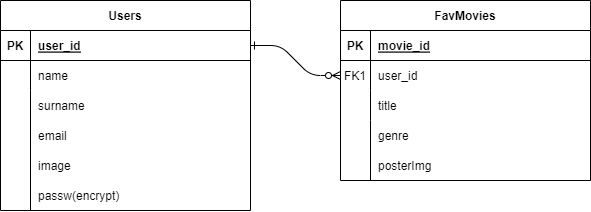
Above: Diagrama.drawio.png in CristinaMateo/Proyecto-backend (draw.io), before the change. Source tidied: cells renumbered, new cells last; positions are measured from the earlier drawing's top-left corner, leaving out a move shared by most shapes. Its diagram source:
```xml
<mxGraphModel>
  <root>
    <mxCell id="0" />
    <mxCell id="1" parent="0" />
    <mxCell id="2" style="edgeStyle=entityRelationEdgeStyle;endArrow=ERzeroToMany;startArrow=ERone;endFill=1;startFill=0;" parent="1" edge="1" source="14" target="7">
      <mxGeometry relative="1" as="geometry" />
    </mxCell>
    <mxCell id="3" value="FavMovies" style="shape=table;startSize=30;rowLines=0;fontStyle=1;align=center;" parent="1" vertex="1">
      <mxGeometry x="340" width="250" height="180" as="geometry" />
    </mxCell>
    <mxCell id="4" style="shape=partialRectangle;fillColor=none;top=0;left=0;right=0;bottom=1;" parent="3" vertex="1">
      <mxGeometry y="30" width="250" height="30" as="geometry" />
    </mxCell>
    <mxCell id="5" value="PK" style="shape=partialRectangle;overflow=hidden;fillColor=none;top=0;left=0;bottom=0;right=0;fontStyle=1;" parent="4" vertex="1">
      <mxGeometry width="30" height="30" as="geometry" />
    </mxCell>
    <mxCell id="6" value="movie_id" style="shape=partialRectangle;overflow=hidden;fillColor=none;top=0;left=0;bottom=0;right=0;align=left;spacingLeft=6;fontStyle=5;" parent="4" vertex="1">
      <mxGeometry x="30" width="220" height="30" as="geometry" />
    </mxCell>
    <mxCell id="7" style="shape=partialRectangle;fillColor=none;points=[[0,0.5],[1,0.5]];portConstraint=eastwest;top=0;left=0;right=0;bottom=0;" parent="3" vertex="1">
      <mxGeometry y="60" width="250" height="30" as="geometry" />
    </mxCell>
    <mxCell id="8" value="FK1" style="shape=partialRectangle;overflow=hidden;fillColor=none;top=0;left=0;bottom=0;right=0;" parent="7" vertex="1">
      <mxGeometry width="30" height="30" as="geometry" />
    </mxCell>
    <mxCell id="9" value="user_id" style="shape=partialRectangle;overflow=hidden;fillColor=none;top=0;left=0;bottom=0;right=0;align=left;spacingLeft=6;" parent="7" vertex="1">
      <mxGeometry x="30" width="220" height="30" as="geometry" />
    </mxCell>
    <mxCell id="10" style="shape=partialRectangle;fillColor=none;top=0;left=0;right=0;bottom=0;" parent="3" vertex="1">
      <mxGeometry y="90" width="250" height="30" as="geometry" />
    </mxCell>
    <mxCell id="11" style="shape=partialRectangle;overflow=hidden;fillColor=none;top=0;left=0;bottom=0;right=0;" parent="10" vertex="1">
      <mxGeometry width="30" height="30" as="geometry" />
    </mxCell>
    <mxCell id="12" value="title" style="shape=partialRectangle;overflow=hidden;fillColor=none;top=0;left=0;bottom=0;right=0;align=left;spacingLeft=6;" parent="10" vertex="1">
      <mxGeometry x="30" width="220" height="30" as="geometry" />
    </mxCell>
    <mxCell id="13" value="Users" style="shape=table;startSize=30;rowLines=0;fontStyle=1;align=center;" parent="1" vertex="1">
      <mxGeometry width="250" height="210" as="geometry" />
    </mxCell>
    <mxCell id="14" style="shape=partialRectangle;fillColor=none;points=[[0,0.5],[1,0.5]];portConstraint=eastwest;top=0;left=0;right=0;bottom=1;" parent="13" vertex="1">
      <mxGeometry y="30" width="250" height="30" as="geometry" />
    </mxCell>
    <mxCell id="15" value="PK" style="shape=partialRectangle;overflow=hidden;fillColor=none;top=0;left=0;bottom=0;right=0;fontStyle=1;" parent="14" vertex="1">
      <mxGeometry width="30" height="30" as="geometry" />
    </mxCell>
    <mxCell id="16" value="user_id" style="shape=partialRectangle;overflow=hidden;fillColor=none;top=0;left=0;bottom=0;right=0;align=left;spacingLeft=6;fontStyle=5;" parent="14" vertex="1">
      <mxGeometry x="30" width="220" height="30" as="geometry" />
    </mxCell>
    <mxCell id="17" style="shape=partialRectangle;fillColor=none;top=0;left=0;right=0;bottom=0;" parent="13" vertex="1">
      <mxGeometry y="60" width="250" height="30" as="geometry" />
    </mxCell>
    <mxCell id="18" style="shape=partialRectangle;overflow=hidden;fillColor=none;top=0;left=0;bottom=0;right=0;" parent="17" vertex="1">
      <mxGeometry width="30" height="30" as="geometry" />
    </mxCell>
    <mxCell id="19" value="name" style="shape=partialRectangle;overflow=hidden;fillColor=none;top=0;left=0;bottom=0;right=0;align=left;spacingLeft=6;" parent="17" vertex="1">
      <mxGeometry x="30" width="220" height="30" as="geometry" />
    </mxCell>
    <mxCell id="20" value="genre" style="shape=partialRectangle;overflow=hidden;fillColor=none;top=0;left=0;bottom=0;right=0;align=left;spacingLeft=6;" parent="1" vertex="1">
      <mxGeometry x="370" y="120" width="220" height="30" as="geometry" />
    </mxCell>
    <mxCell id="21" value="surname" style="shape=partialRectangle;overflow=hidden;fillColor=none;top=0;left=0;bottom=0;right=0;align=left;spacingLeft=6;" parent="1" vertex="1">
      <mxGeometry x="30" y="90" width="220" height="30" as="geometry" />
    </mxCell>
    <mxCell id="22" value="email" style="shape=partialRectangle;overflow=hidden;fillColor=none;top=0;left=0;bottom=0;right=0;align=left;spacingLeft=6;" parent="1" vertex="1">
      <mxGeometry x="30" y="120" width="220" height="30" as="geometry" />
    </mxCell>
    <mxCell id="23" value="image" style="shape=partialRectangle;overflow=hidden;fillColor=none;top=0;left=0;bottom=0;right=0;align=left;spacingLeft=6;" parent="1" vertex="1">
      <mxGeometry x="30" y="150" width="220" height="30" as="geometry" />
    </mxCell>
    <mxCell id="24" value="passw(encrypt)" style="shape=partialRectangle;overflow=hidden;fillColor=none;top=0;left=0;bottom=0;right=0;align=left;spacingLeft=6;" parent="1" vertex="1">
      <mxGeometry x="30" y="180" width="220" height="30" as="geometry" />
    </mxCell>
    <mxCell id="25" style="endArrow=none;html=1;rounded=0;" parent="1" edge="1">
      <mxGeometry relative="1" as="geometry">
        <mxPoint x="370" y="180" as="sourcePoint" />
        <mxPoint x="370" y="120" as="targetPoint" />
      </mxGeometry>
    </mxCell>
    <mxCell id="26" style="endArrow=none;html=1;rounded=0;" parent="1" edge="1">
      <mxGeometry relative="1" as="geometry">
        <mxPoint x="30" y="210" as="sourcePoint" />
        <mxPoint x="30" y="90" as="targetPoint" />
      </mxGeometry>
    </mxCell>
    <mxCell id="27" value="posterImg" style="shape=partialRectangle;overflow=hidden;fillColor=none;top=0;left=0;bottom=0;right=0;align=left;spacingLeft=6;" parent="1" vertex="1">
      <mxGeometry x="370" y="150" width="220" height="30" as="geometry" />
    </mxCell>
  </root>
</mxGraphModel>
```
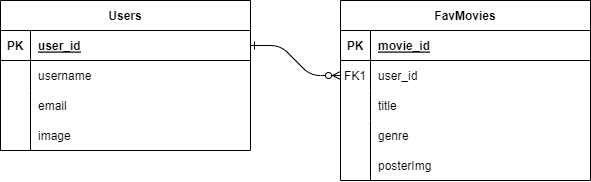
Above is the later version.

Diff of the diagram source:
```diff
@@ -36,7 +36,7 @@
       <mxGeometry x="30" width="220" height="30" as="geometry" />
     </mxCell>
     <mxCell id="13" value="Users" style="shape=table;startSize=30;rowLines=0;fontStyle=1;align=center;" parent="1" vertex="1">
-      <mxGeometry width="250" height="210" as="geometry" />
+      <mxGeometry width="250" height="150" as="geometry" />
     </mxCell>
     <mxCell id="14" style="shape=partialRectangle;fillColor=none;points=[[0,0.5],[1,0.5]];portConstraint=eastwest;top=0;left=0;right=0;bottom=1;" parent="13" vertex="1">
       <mxGeometry y="30" width="250" height="30" as="geometry" />
@@ -53,24 +53,18 @@
     <mxCell id="18" style="shape=partialRectangle;overflow=hidden;fillColor=none;top=0;left=0;bottom=0;right=0;" parent="17" vertex="1">
       <mxGeometry width="30" height="30" as="geometry" />
     </mxCell>
-    <mxCell id="19" value="name" style="shape=partialRectangle;overflow=hidden;fillColor=none;top=0;left=0;bottom=0;right=0;align=left;spacingLeft=6;" parent="17" vertex="1">
+    <mxCell id="19" value="username" style="shape=partialRectangle;overflow=hidden;fillColor=none;top=0;left=0;bottom=0;right=0;align=left;spacingLeft=6;" parent="17" vertex="1">
       <mxGeometry x="30" width="220" height="30" as="geometry" />
     </mxCell>
     <mxCell id="20" value="genre" style="shape=partialRectangle;overflow=hidden;fillColor=none;top=0;left=0;bottom=0;right=0;align=left;spacingLeft=6;" parent="1" vertex="1">
       <mxGeometry x="370" y="120" width="220" height="30" as="geometry" />
     </mxCell>
-    <mxCell id="21" value="surname" style="shape=partialRectangle;overflow=hidden;fillColor=none;top=0;left=0;bottom=0;right=0;align=left;spacingLeft=6;" parent="1" vertex="1">
-      <mxGeometry x="30" y="90" width="220" height="30" as="geometry" />
-    </mxCell>
     <mxCell id="22" value="email" style="shape=partialRectangle;overflow=hidden;fillColor=none;top=0;left=0;bottom=0;right=0;align=left;spacingLeft=6;" parent="1" vertex="1">
-      <mxGeometry x="30" y="120" width="220" height="30" as="geometry" />
+      <mxGeometry x="30" y="90" width="220" height="30" as="geometry" />
     </mxCell>
     <mxCell id="23" value="image" style="shape=partialRectangle;overflow=hidden;fillColor=none;top=0;left=0;bottom=0;right=0;align=left;spacingLeft=6;" parent="1" vertex="1">
-      <mxGeometry x="30" y="150" width="220" height="30" as="geometry" />
+      <mxGeometry x="30" y="120" width="220" height="30" as="geometry" />
     </mxCell>
-    <mxCell id="24" value="passw(encrypt)" style="shape=partialRectangle;overflow=hidden;fillColor=none;top=0;left=0;bottom=0;right=0;align=left;spacingLeft=6;" parent="1" vertex="1">
-      <mxGeometry x="30" y="180" width="220" height="30" as="geometry" />
-    </mxCell>
     <mxCell id="25" style="endArrow=none;html=1;rounded=0;" parent="1" edge="1">
       <mxGeometry relative="1" as="geometry">
         <mxPoint x="370" y="180" as="sourcePoint" />
@@ -79,7 +73,7 @@
     </mxCell>
     <mxCell id="26" style="endArrow=none;html=1;rounded=0;" parent="1" edge="1">
       <mxGeometry relative="1" as="geometry">
-        <mxPoint x="30" y="210" as="sourcePoint" />
+        <mxPoint x="30" y="150" as="sourcePoint" />
         <mxPoint x="30" y="90" as="targetPoint" />
       </mxGeometry>
     </mxCell>
```
